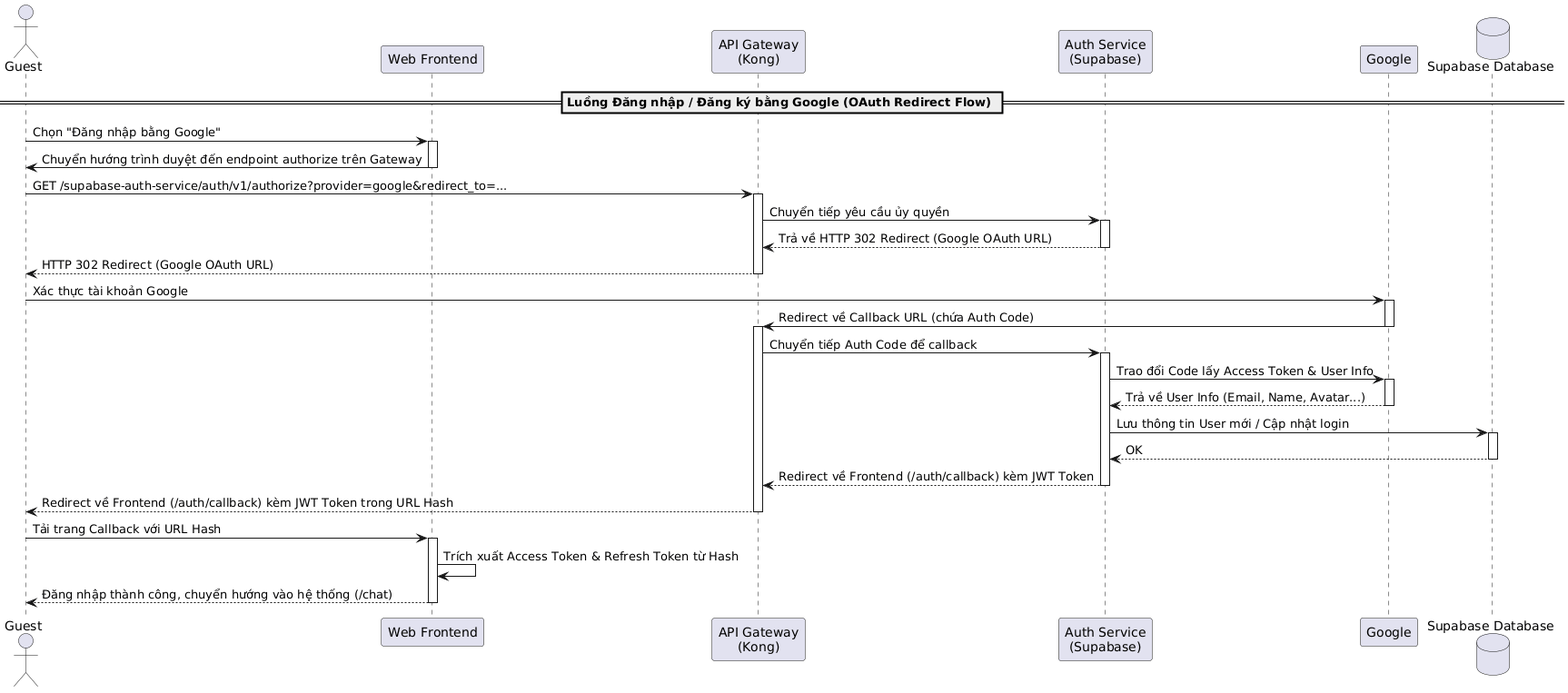
Earlier version of the PlantUML export latex/contents/Sequence/UML-Sequence-GuestGoogleOAuthLogin.png (20206205Tech/docs-latex).
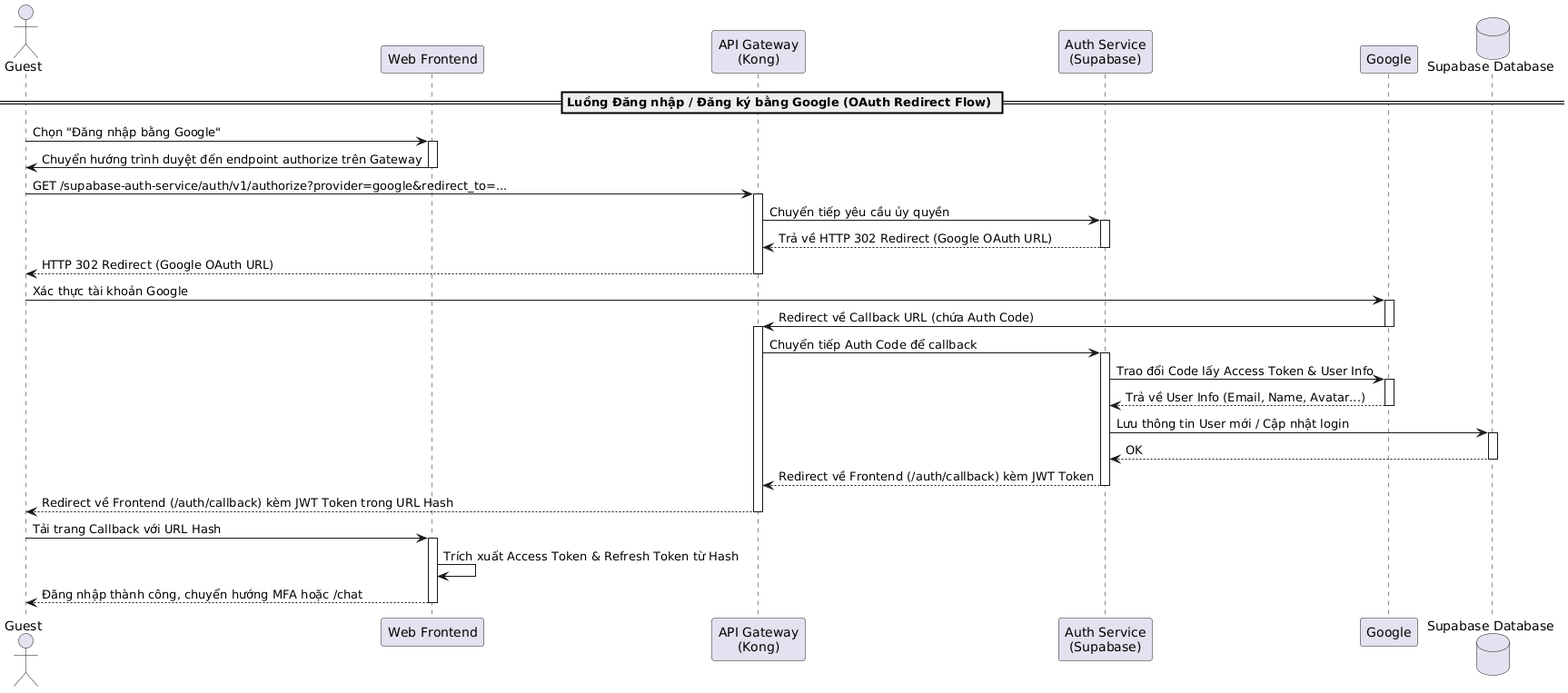
Above is the later version.

Diff of the diagram source:
```diff
@@ -48,6 +48,6 @@
 Guest -> Frontend: Tải trang Callback với URL Hash
 activate Frontend
 Frontend -> Frontend: Trích xuất Access Token & Refresh Token từ Hash
-Frontend --> Guest: Đăng nhập thành công, chuyển hướng vào hệ thống (/chat)
+Frontend --> Guest: Đăng nhập thành công, chuyển hướng MFA hoặc /chat
 deactivate Frontend
 @enduml
```
